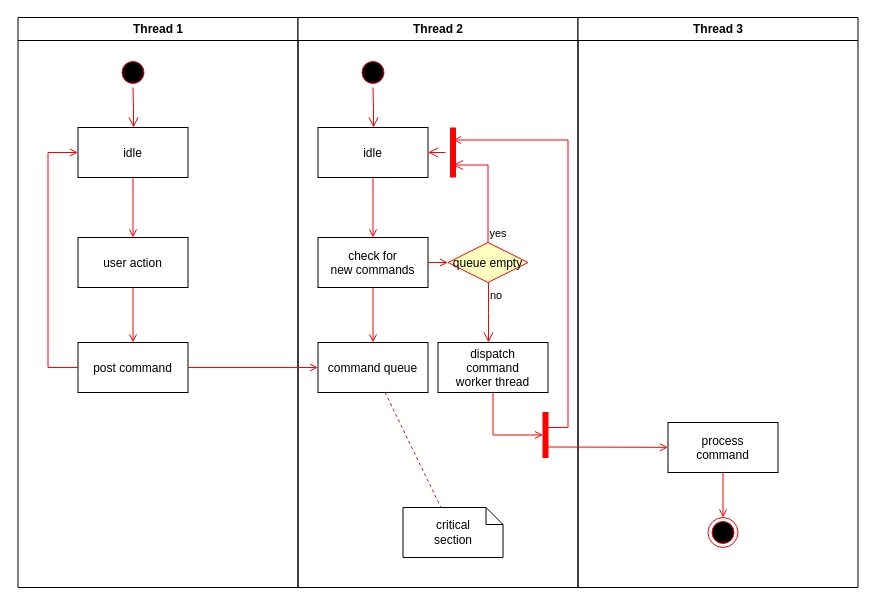
The draw.io diagram 合作空间.drawio in Mark-LoveFootball/mind, before the edit. Source tidied: cells renumbered, new cells numbered last; positions are measured from the earlier drawing's top-left corner, leaving out a move shared by most shapes. Both pictures are drawn from the tidied source at 100%, with x=0, y=0 at pixel (17, 17).
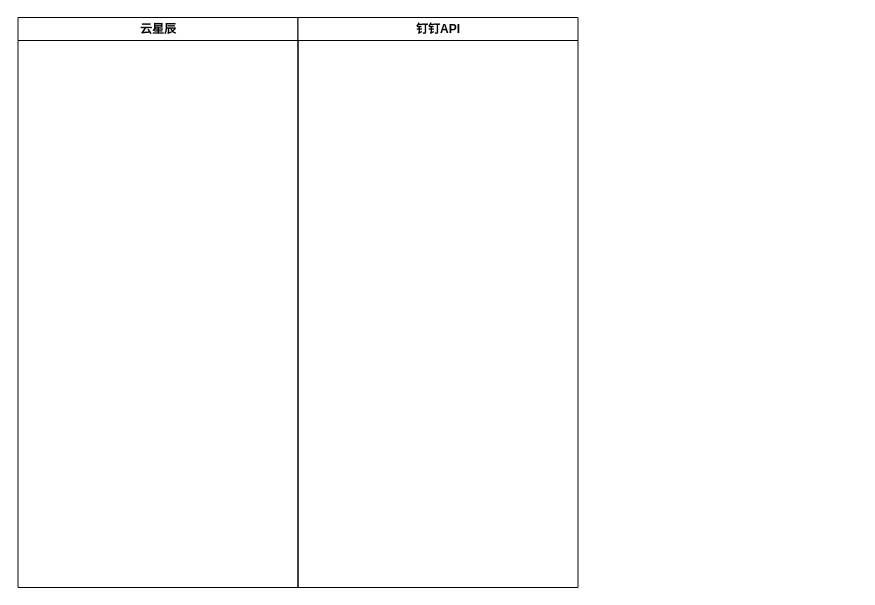
The same page after the edit.

Diff of the diagram source:
```diff
@@
-    <mxCell id="2" value="Thread 1" style="swimlane;whiteSpace=wrap;" parent="1" vertex="1">
+    <mxCell id="2" value="云星辰" style="swimlane;whiteSpace=wrap;" parent="1" vertex="1">
       <mxGeometry x="0.5" width="280" height="570" as="geometry" />
     </mxCell>
-    <mxCell id="3" style="ellipse;shape=startState;fillColor=#000000;strokeColor=#ff0000;" parent="2" vertex="1">
-      <mxGeometry x="100" y="40" width="30" height="30" as="geometry" />
-    </mxCell>
-    <mxCell id="4" style="edgeStyle=elbowEdgeStyle;elbow=horizontal;verticalAlign=bottom;endArrow=open;endSize=8;strokeColor=#FF0000;endFill=1;rounded=0;" parent="2" edge="1" source="3" target="5">
-      <mxGeometry x="100" y="40" as="geometry" />
-    </mxCell>
-    <mxCell id="5" value="idle" parent="2" vertex="1">
-      <mxGeometry x="60" y="110" width="110" height="50" as="geometry" />
-    </mxCell>
-    <mxCell id="6" value="user action" parent="2" vertex="1">
-      <mxGeometry x="60" y="220" width="110" height="50" as="geometry" />
-    </mxCell>
-    <mxCell id="7" style="endArrow=open;strokeColor=#FF0000;endFill=1;rounded=0;" parent="2" edge="1" source="5" target="6">
-      <mxGeometry relative="1" as="geometry" />
-    </mxCell>
-    <mxCell id="8" value="post command" parent="2" vertex="1">
-      <mxGeometry x="60" y="325" width="110" height="50" as="geometry" />
-    </mxCell>
-    <mxCell id="9" style="endArrow=open;strokeColor=#FF0000;endFill=1;rounded=0;" parent="2" edge="1" source="6" target="8">
-      <mxGeometry relative="1" as="geometry" />
-    </mxCell>
-    <mxCell id="10" style="edgeStyle=elbowEdgeStyle;elbow=horizontal;strokeColor=#FF0000;endArrow=open;endFill=1;rounded=0;" parent="2" edge="1" source="8" target="5">
-      <mxGeometry relative="1" as="geometry">
-        <Array as="points">
-          <mxPoint x="30" y="250" />
-        </Array>
-      </mxGeometry>
-    </mxCell>
-    <mxCell id="11" value="Thread 2" style="swimlane;whiteSpace=wrap;" parent="1" vertex="1">
+    <mxCell id="11" value="钉钉API" style="swimlane;whiteSpace=wrap;" parent="1" vertex="1">
       <mxGeometry x="280.5" width="280" height="570" as="geometry" />
     </mxCell>
-    <mxCell id="12" style="ellipse;shape=startState;fillColor=#000000;strokeColor=#ff0000;" parent="11" vertex="1">
-      <mxGeometry x="60" y="40" width="30" height="30" as="geometry" />
-    </mxCell>
-    <mxCell id="13" style="edgeStyle=elbowEdgeStyle;elbow=horizontal;verticalAlign=bottom;endArrow=open;endSize=8;strokeColor=#FF0000;endFill=1;rounded=0;" parent="11" edge="1" source="12" target="14">
-      <mxGeometry x="40" y="20" as="geometry" />
-    </mxCell>
-    <mxCell id="14" value="idle" parent="11" vertex="1">
-      <mxGeometry x="20" y="110" width="110" height="50" as="geometry" />
-    </mxCell>
-    <mxCell id="15" value="check for &#10;new commands" parent="11" vertex="1">
-      <mxGeometry x="20" y="220" width="110" height="50" as="geometry" />
-    </mxCell>
-    <mxCell id="16" style="endArrow=open;strokeColor=#FF0000;endFill=1;rounded=0;" parent="11" edge="1" source="14" target="15">
-      <mxGeometry relative="1" as="geometry" />
-    </mxCell>
-    <mxCell id="17" value="command queue" parent="11" vertex="1">
-      <mxGeometry x="20" y="325" width="110" height="50" as="geometry" />
-    </mxCell>
-    <mxCell id="18" style="endArrow=open;strokeColor=#FF0000;endFill=1;rounded=0;" parent="11" edge="1" source="15" target="17">
-      <mxGeometry relative="1" as="geometry" />
-    </mxCell>
-    <mxCell id="19" value="queue empty" style="rhombus;fillColor=#ffffc0;strokeColor=#ff0000;" parent="11" vertex="1">
-      <mxGeometry x="150" y="225" width="80" height="40" as="geometry" />
-    </mxCell>
-    <mxCell id="20" value="yes" style="edgeStyle=elbowEdgeStyle;elbow=horizontal;align=left;verticalAlign=bottom;endArrow=open;endSize=8;strokeColor=#FF0000;exitX=0.5;exitY=0;endFill=1;rounded=0;entryX=0.75;entryY=0.5;entryPerimeter=0;" parent="11" edge="1" source="19" target="23">
-      <mxGeometry x="-1" relative="1" as="geometry">
-        <Array as="points">
-          <mxPoint x="190" y="180" />
-        </Array>
-      </mxGeometry>
-    </mxCell>
-    <mxCell id="21" value="no" style="edgeStyle=elbowEdgeStyle;elbow=horizontal;align=left;verticalAlign=top;endArrow=open;endSize=8;strokeColor=#FF0000;endFill=1;rounded=0;" parent="11" edge="1" source="19" target="25">
-      <mxGeometry x="-1" relative="1" as="geometry" />
-    </mxCell>
-    <mxCell id="22" style="endArrow=open;strokeColor=#FF0000;endFill=1;rounded=0;" parent="11" edge="1" source="15" target="19">
-      <mxGeometry relative="1" as="geometry" />
-    </mxCell>
-    <mxCell id="23" style="shape=line;strokeWidth=6;strokeColor=#ff0000;rotation=90;" parent="11" vertex="1">
-      <mxGeometry x="130" y="127.5" width="50" height="15" as="geometry" />
-    </mxCell>
-    <mxCell id="24" style="edgeStyle=elbowEdgeStyle;elbow=horizontal;verticalAlign=bottom;endArrow=open;endSize=8;strokeColor=#FF0000;endFill=1;rounded=0;" parent="11" edge="1" source="23" target="14">
-      <mxGeometry x="130" y="90" as="geometry" />
-    </mxCell>
-    <mxCell id="25" value="dispatch&#10;command&#10;worker thread" parent="11" vertex="1">
-      <mxGeometry x="140" y="325" width="110" height="50" as="geometry" />
-    </mxCell>
-    <mxCell id="26" value="critical&#10;section" style="shape=note;whiteSpace=wrap;size=17;" parent="11" vertex="1">
-      <mxGeometry x="105" y="490" width="100" height="50" as="geometry" />
-    </mxCell>
-    <mxCell id="27" style="endArrow=none;strokeColor=#FF0000;endFill=0;rounded=0;dashed=1;" parent="11" edge="1" source="17" target="26">
-      <mxGeometry relative="1" as="geometry" />
-    </mxCell>
-    <mxCell id="28" style="whiteSpace=wrap;strokeColor=#FF0000;fillColor=#FF0000;" parent="11" vertex="1">
-      <mxGeometry x="245" y="395" width="5" height="45" as="geometry" />
-    </mxCell>
-    <mxCell id="29" style="edgeStyle=elbowEdgeStyle;elbow=horizontal;entryX=0;entryY=0.5;strokeColor=#FF0000;endArrow=open;endFill=1;rounded=0;" parent="11" edge="1" source="25" target="28">
-      <mxGeometry relative="1" as="geometry">
-        <Array as="points">
-          <mxPoint x="195" y="400" />
-        </Array>
-      </mxGeometry>
-    </mxCell>
-    <mxCell id="30" value="Thread 3" style="swimlane;whiteSpace=wrap;" parent="1" vertex="1">
-      <mxGeometry x="560.5" width="280" height="570" as="geometry" />
-    </mxCell>
-    <mxCell id="31" value="process&#10;command" parent="30" vertex="1">
-      <mxGeometry x="90" y="405" width="110" height="50" as="geometry" />
-    </mxCell>
-    <mxCell id="32" style="edgeStyle=elbowEdgeStyle;elbow=horizontal;strokeColor=#FF0000;endArrow=open;endFill=1;rounded=0;entryX=0.25;entryY=0.5;entryPerimeter=0;" parent="30" edge="1" target="23">
-      <mxGeometry relative="1" as="geometry">
-        <mxPoint x="-30" y="410" as="sourcePoint" />
-        <Array as="points">
-          <mxPoint x="-10" y="135" />
-        </Array>
-      </mxGeometry>
-    </mxCell>
-    <mxCell id="33" style="edgeStyle=none;strokeColor=#FF0000;endArrow=open;endFill=1;rounded=0;" parent="30" edge="1" target="31">
-      <mxGeometry relative="1" as="geometry">
-        <mxPoint x="-30" y="429.5" as="sourcePoint" />
-      </mxGeometry>
-    </mxCell>
-    <mxCell id="34" style="ellipse;shape=endState;fillColor=#000000;strokeColor=#ff0000;" parent="30" vertex="1">
-      <mxGeometry x="130" y="500" width="30" height="30" as="geometry" />
-    </mxCell>
-    <mxCell id="35" style="endArrow=open;strokeColor=#FF0000;endFill=1;rounded=0;" parent="30" edge="1" source="31" target="34">
-      <mxGeometry relative="1" as="geometry" />
-    </mxCell>
-    <mxCell id="36" style="endArrow=open;strokeColor=#FF0000;endFill=1;rounded=0;" parent="1" edge="1" source="8" target="17">
-      <mxGeometry relative="1" as="geometry" />
-    </mxCell>
```
